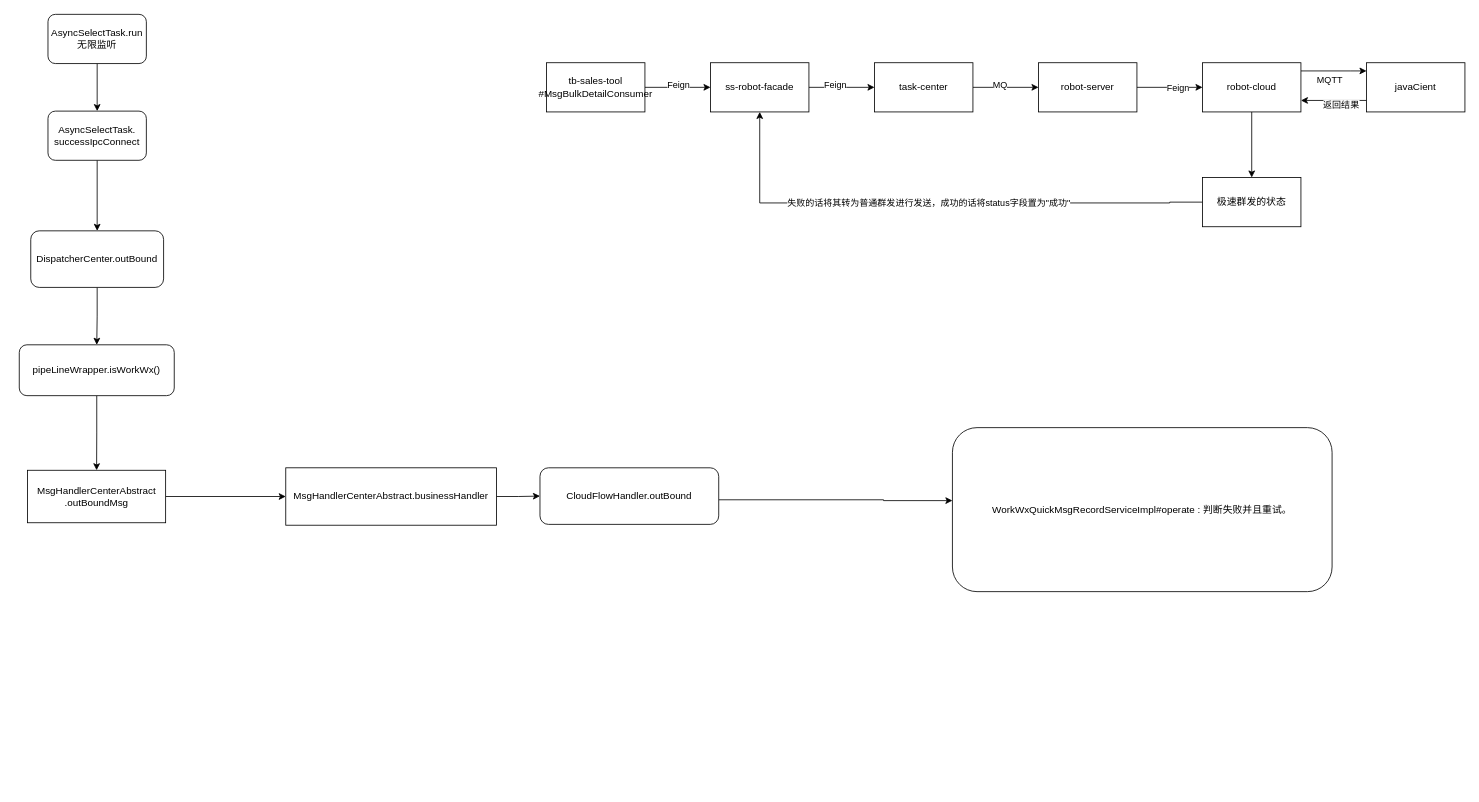
Before: 微信助手4.9_邀请入群_群发重试.drawio in 1819011603/-, a draw.io diagram. Source tidied: cells renumbered, new cells numbered last; positions are measured from the earlier drawing's top-left corner, leaving out a move shared by most shapes. Both pictures are drawn from the tidied source at 82%, with x=0, y=0 at pixel (19, 14).
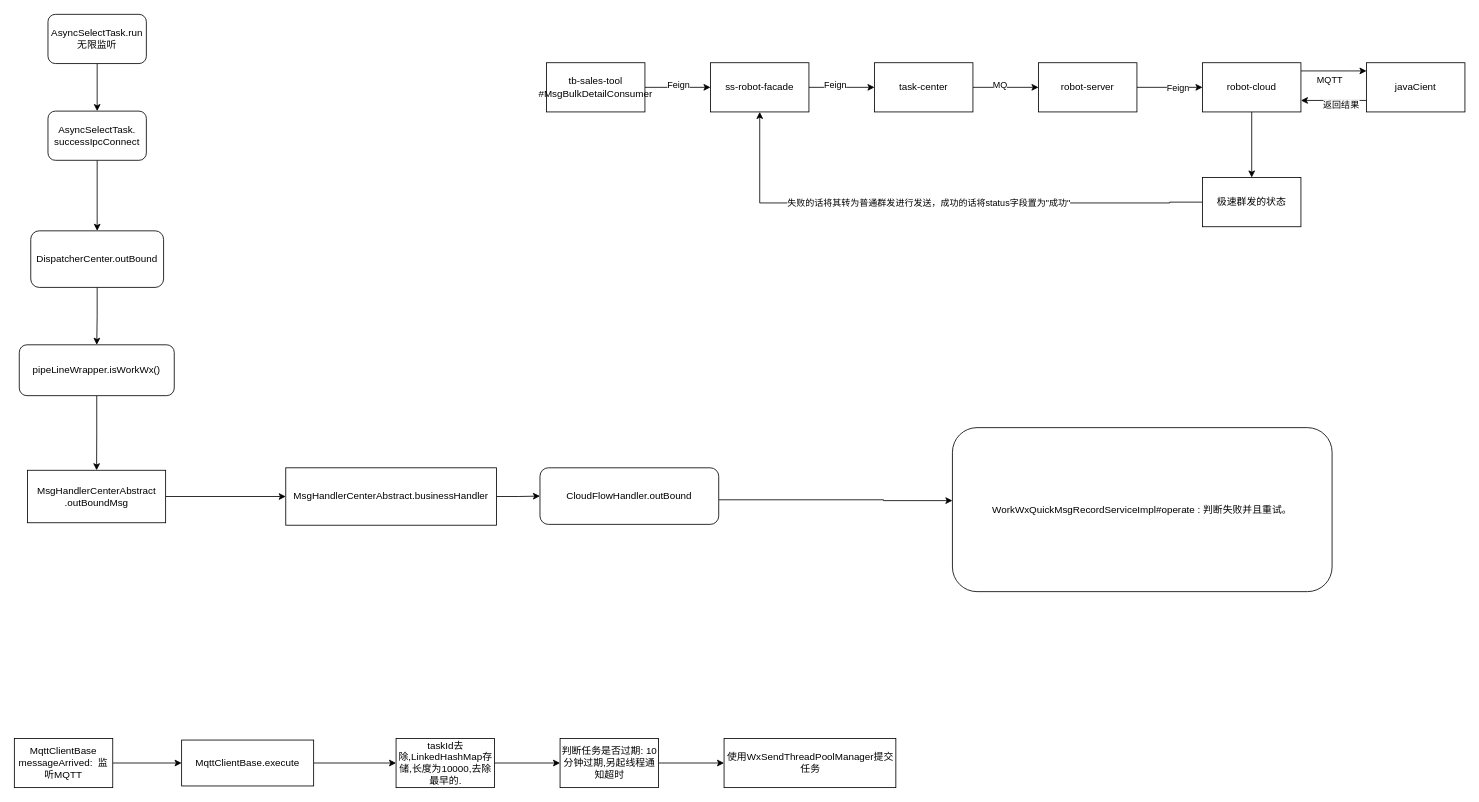
The same page after the edit.

Commit message:
更新微信助手4.9_邀请入群_群发重试.drawio

Diff of the diagram source:
```diff
@@
+    <mxCell id="39" style="edgeStyle=orthogonalEdgeStyle;rounded=0;jettySize=auto;html=1;" parent="1" edge="1" source="40" target="42">
+      <mxGeometry relative="1" as="geometry" />
+    </mxCell>
+    <mxCell id="40" value="MqttClientBase&lt;br&gt;messageArrived:&amp;nbsp; 监听MQTT" style="rounded=0;whiteSpace=wrap;html=1;" parent="1" vertex="1">
+      <mxGeometry x="-6" y="883" width="120" height="60" as="geometry" />
+    </mxCell>
+    <mxCell id="41" style="edgeStyle=orthogonalEdgeStyle;rounded=0;jettySize=auto;html=1;" parent="1" edge="1" source="42" target="44">
+      <mxGeometry relative="1" as="geometry" />
+    </mxCell>
+    <mxCell id="42" value="MqttClientBase.execute" style="whiteSpace=wrap;html=1;rounded=0;" parent="1" vertex="1">
+      <mxGeometry x="198" y="885" width="161" height="56" as="geometry" />
+    </mxCell>
+    <mxCell id="43" style="edgeStyle=orthogonalEdgeStyle;rounded=0;jettySize=auto;html=1;" parent="1" edge="1" source="44" target="46">
+      <mxGeometry relative="1" as="geometry" />
+    </mxCell>
+    <mxCell id="44" value="taskId去除,LinkedHashMap存储,长度为10000,去除最早的." style="whiteSpace=wrap;html=1;rounded=0;" parent="1" vertex="1">
+      <mxGeometry x="459.5" y="883" width="120" height="60" as="geometry" />
+    </mxCell>
+    <mxCell id="45" style="edgeStyle=orthogonalEdgeStyle;rounded=0;jettySize=auto;html=1;" parent="1" edge="1" source="46" target="47">
+      <mxGeometry relative="1" as="geometry" />
+    </mxCell>
+    <mxCell id="46" value="判断任务是否过期: 10分钟过期,另起线程通知超时" style="whiteSpace=wrap;html=1;rounded=0;" parent="1" vertex="1">
+      <mxGeometry x="659.5" y="883" width="120" height="60" as="geometry" />
+    </mxCell>
+    <mxCell id="47" value="使用WxSendThreadPoolManager提交任务" style="whiteSpace=wrap;html=1;rounded=0;" parent="1" vertex="1">
+      <mxGeometry x="859.5" y="883" width="209.5" height="60" as="geometry" />
+    </mxCell>
```
